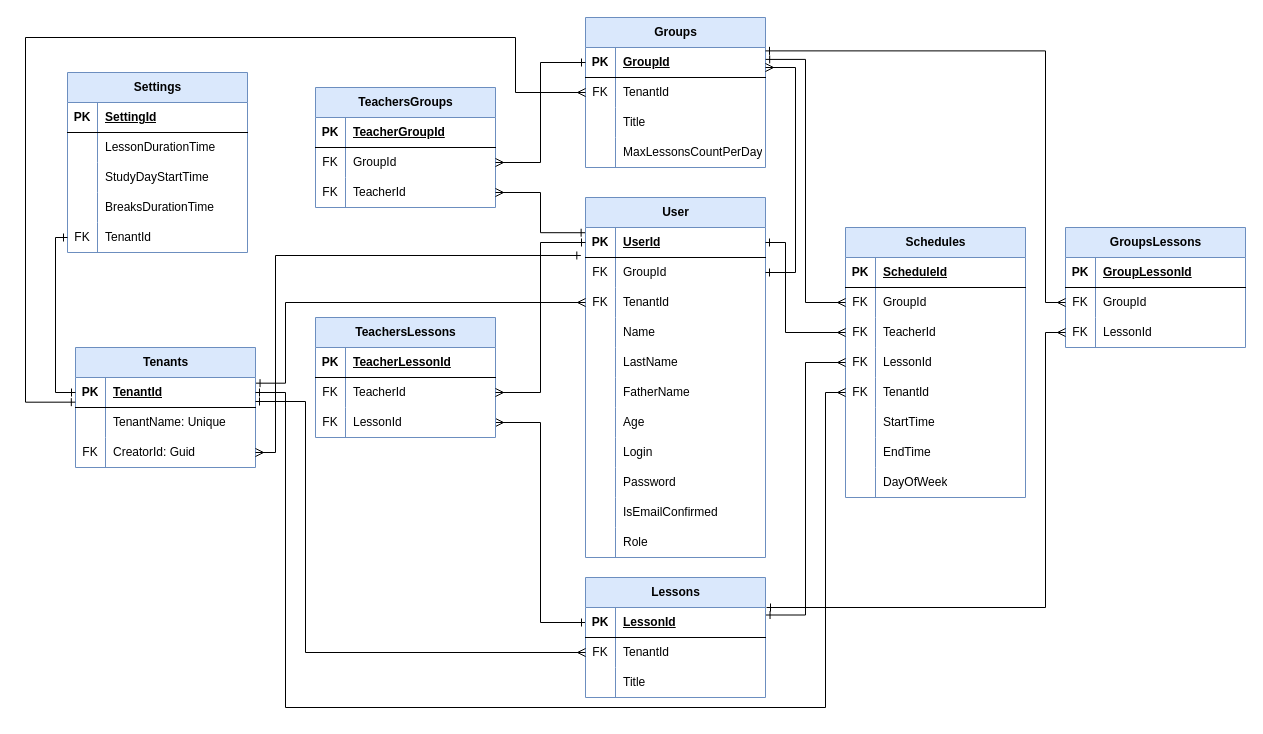
Before: ESchedule/Diagrams/ER.drawio in KuleshovNikita/ESchedule, a draw.io diagram. Source tidied: cells renumbered, new cells numbered last; positions are measured from the earlier drawing's top-left corner, leaving out a move shared by most shapes. Both pictures are drawn from the tidied source at 100%, with x=0, y=0 at pixel (25, 17).
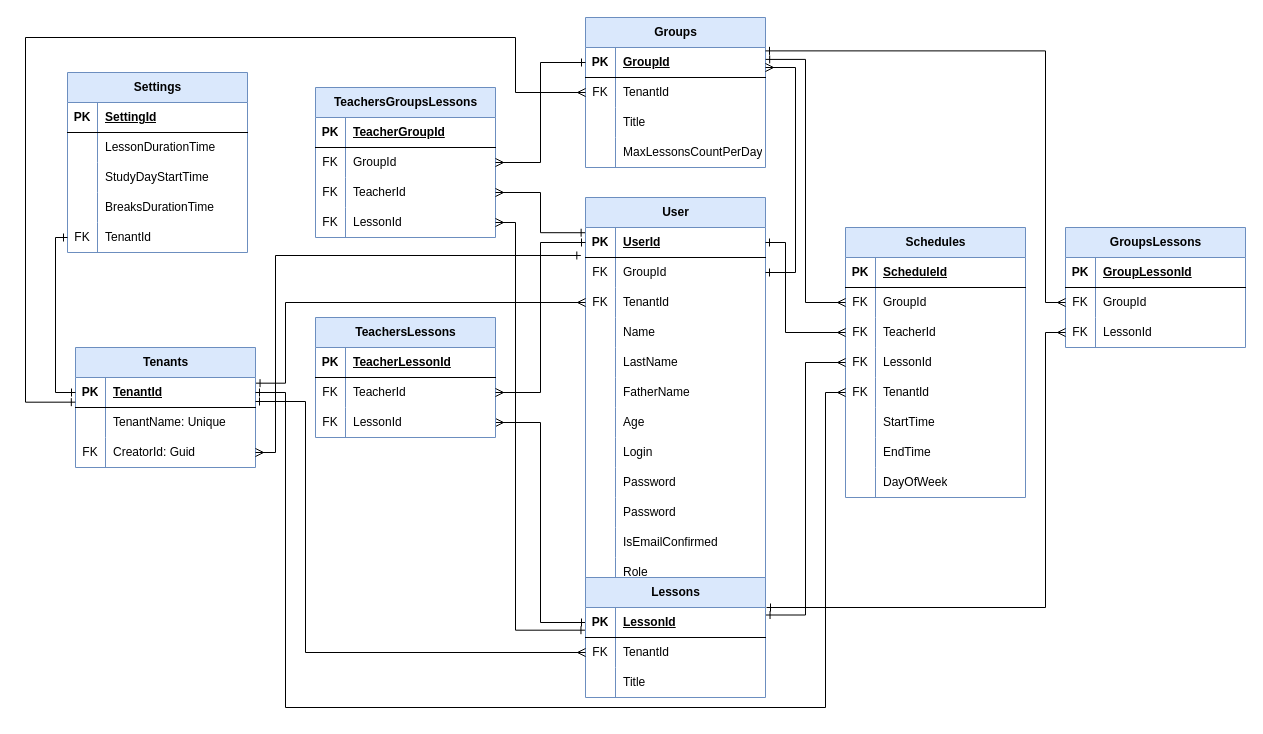
The same diagram, later.

Unchanged cells that the change refers to:
```xml
<mxCell id="51" style="shape=tableRow;horizontal=0;startSize=0;swimlaneHead=0;swimlaneBody=0;fillColor=none;points=[[0,0.5],[1,0.5]];portConstraint=eastwest;top=0;left=0;right=0;bottom=1;" parent="50" vertex="1">
  <mxGeometry y="30" width="180" height="30" as="geometry" />
</mxCell>
```

Diff of the diagram source:
```diff
@@
     <mxCell id="2" value="User" style="shape=table;startSize=30;childLayout=tableLayout;rowLines=0;fontStyle=1;align=center;html=1;fillColor=#dae8fc;strokeColor=#6c8ebf;" parent="1" vertex="1">
-      <mxGeometry x="560" y="180" width="180" height="360" as="geometry" />
+      <mxGeometry x="560" y="180" width="180" height="390" as="geometry" />
     </mxCell>
@@
+    <mxCell id="156" style="shape=tableRow;horizontal=0;startSize=0;swimlaneHead=0;swimlaneBody=0;fillColor=none;top=0;left=0;right=0;bottom=0;" parent="2" vertex="1">
+      <mxGeometry y="270" width="180" height="30" as="geometry" />
+    </mxCell>
+    <mxCell id="157" style="shape=partialRectangle;fillColor=none;top=0;left=0;bottom=0;right=0;overflow=hidden;whiteSpace=wrap;html=1;" parent="156" vertex="1">
+      <mxGeometry width="30" height="30" as="geometry" />
+    </mxCell>
+    <mxCell id="158" value="Password" style="shape=partialRectangle;fillColor=none;top=0;left=0;bottom=0;right=0;align=left;spacingLeft=6;overflow=hidden;whiteSpace=wrap;html=1;" parent="156" vertex="1">
+      <mxGeometry x="30" width="150" height="30" as="geometry" />
+    </mxCell>
     <mxCell id="27" style="shape=tableRow;horizontal=0;startSize=0;swimlaneHead=0;swimlaneBody=0;fillColor=none;top=0;left=0;right=0;bottom=0;" parent="2" vertex="1">
-      <mxGeometry y="270" width="180" height="30" as="geometry" />
+      <mxGeometry y="300" width="180" height="30" as="geometry" />
     </mxCell>
@@
     <mxCell id="30" style="shape=tableRow;horizontal=0;startSize=0;swimlaneHead=0;swimlaneBody=0;fillColor=none;top=0;left=0;right=0;bottom=0;" parent="2" vertex="1">
-      <mxGeometry y="300" width="180" height="30" as="geometry" />
+      <mxGeometry y="330" width="180" height="30" as="geometry" />
     </mxCell>
@@
     <mxCell id="33" style="shape=tableRow;horizontal=0;startSize=0;swimlaneHead=0;swimlaneBody=0;fillColor=none;top=0;left=0;right=0;bottom=0;" parent="2" vertex="1">
-      <mxGeometry y="330" width="180" height="30" as="geometry" />
+      <mxGeometry y="360" width="180" height="30" as="geometry" />
     </mxCell>
@@
-    <mxCell id="96" value="TeachersGroups" style="shape=table;startSize=30;childLayout=tableLayout;rowLines=0;fontStyle=1;align=center;html=1;fillColor=#dae8fc;strokeColor=#6c8ebf;" parent="1" vertex="1">
-      <mxGeometry x="290" y="70" width="180" height="120" as="geometry" />
+    <mxCell id="96" value="TeachersGroupsLessons" style="shape=table;startSize=30;childLayout=tableLayout;rowLines=0;fontStyle=1;align=center;html=1;fillColor=#dae8fc;strokeColor=#6c8ebf;" parent="1" vertex="1">
+      <mxGeometry x="290" y="70" width="180" height="150" as="geometry" />
     </mxCell>
@@
+    <mxCell id="159" style="shape=tableRow;horizontal=0;startSize=0;swimlaneHead=0;swimlaneBody=0;fillColor=none;points=[[0,0.5],[1,0.5]];portConstraint=eastwest;top=0;left=0;right=0;bottom=0;" parent="96" vertex="1">
+      <mxGeometry y="120" width="180" height="30" as="geometry" />
+    </mxCell>
+    <mxCell id="160" value="FK" style="shape=partialRectangle;fillColor=none;top=0;left=0;bottom=0;right=0;overflow=hidden;whiteSpace=wrap;html=1;" parent="159" vertex="1">
+      <mxGeometry width="30" height="30" as="geometry" />
+    </mxCell>
+    <mxCell id="161" value="LessonId" style="shape=partialRectangle;fillColor=none;top=0;left=0;bottom=0;right=0;align=left;spacingLeft=6;overflow=hidden;whiteSpace=wrap;html=1;" parent="159" vertex="1">
+      <mxGeometry x="30" width="150" height="30" as="geometry" />
+    </mxCell>
@@
+    <mxCell id="162" style="edgeStyle=orthogonalEdgeStyle;rounded=0;jettySize=auto;html=1;entryX=-0.003;entryY=0.756;entryDx=0;entryDy=0;endArrow=ERone;endFill=0;startArrow=ERmany;startFill=0;entryPerimeter=0;" parent="1" edge="1" source="159" target="51">
+      <mxGeometry relative="1" as="geometry">
+        <Array as="points">
+          <mxPoint x="490" y="205" />
+          <mxPoint x="490" y="613" />
+          <mxPoint x="560" y="613" />
+        </Array>
+      </mxGeometry>
+    </mxCell>
```
